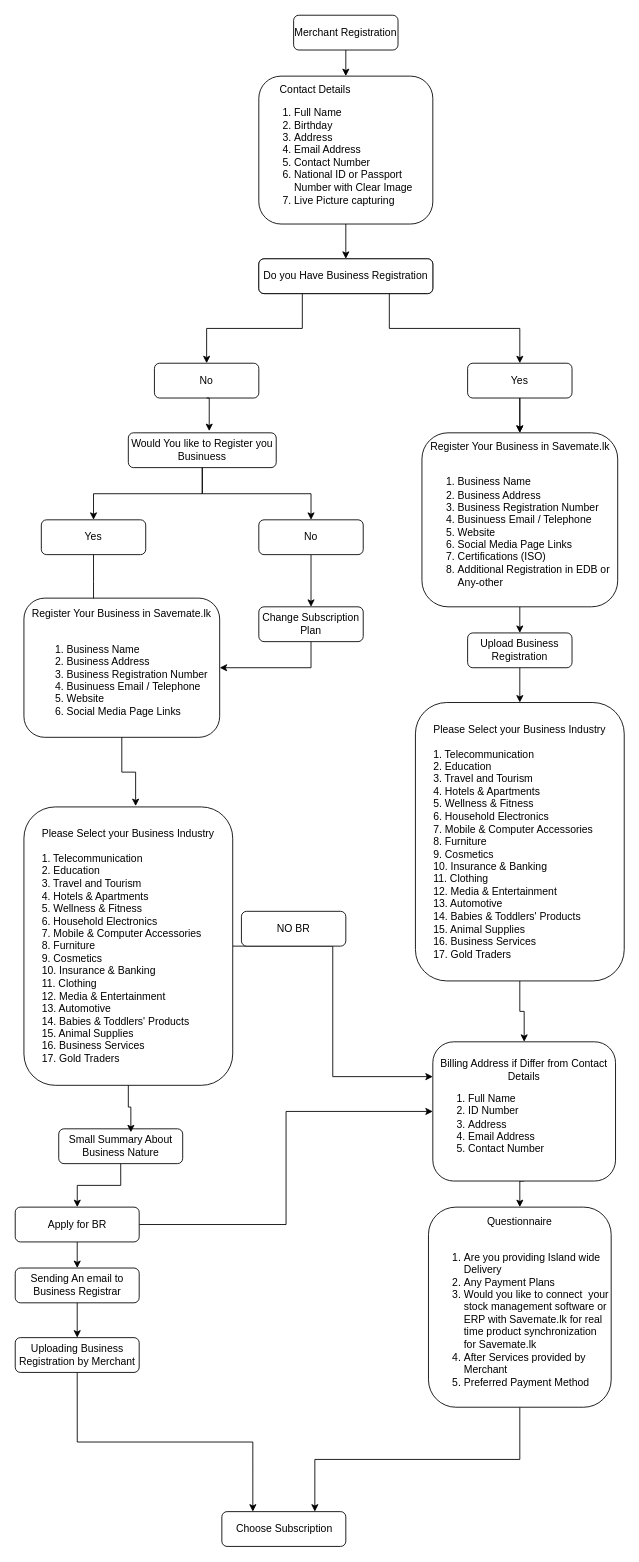
Before: Untitled Diagram.drawio in sachini9427/MKR, a draw.io diagram. Source tidied: cells renumbered, new cells numbered last; positions are measured from the earlier drawing's top-left corner, leaving out a move shared by most shapes. Both pictures are drawn from the tidied source at 87%, with x=0, y=0 at pixel (15, 15).
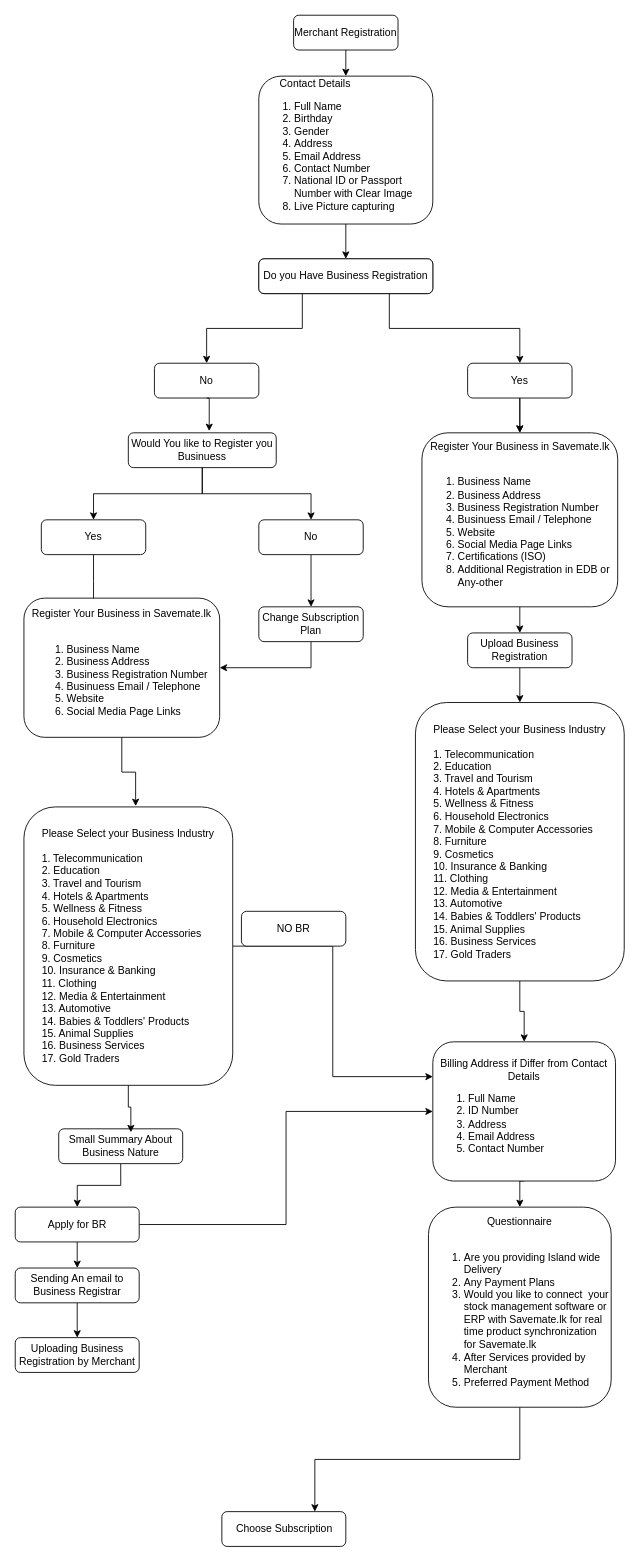
Above is the later version.

Unchanged cells that the change refers to:
```xml
<mxCell id="45" value="Uploading Business Registration by Merchant" style="rounded=1;whiteSpace=wrap;html=1;fontSize=12;glass=0;strokeWidth=1;shadow=0;" parent="1" vertex="1">
  <mxGeometry y="1520" width="142.5" height="40" as="geometry" />
</mxCell>
<mxCell id="49" value="Choose Subscription" style="rounded=1;whiteSpace=wrap;html=1;fontSize=12;glass=0;strokeWidth=1;shadow=0;" parent="1" vertex="1">
  <mxGeometry x="237.5" y="1720" width="142.5" height="40" as="geometry" />
</mxCell>
```

Change to the diagram source:
```diff
@@
-    <mxCell id="5" value="&lt;div align=&quot;left&quot;&gt;&amp;nbsp;&amp;nbsp;&amp;nbsp;&amp;nbsp;&amp;nbsp;&amp;nbsp; Contact Details&lt;br&gt;&lt;ol&gt;&lt;li&gt;Full Name&lt;/li&gt;&lt;li&gt;Birthday&lt;/li&gt;&lt;li&gt;Address&lt;br&gt;&lt;/li&gt;&lt;li&gt;Email Address&lt;/li&gt;&lt;li&gt;Contact Number&lt;/li&gt;&lt;li&gt;National ID or Passport Number with Clear Image&lt;br&gt;&lt;/li&gt;&lt;li&gt;Live Picture capturing&lt;br&gt;&lt;/li&gt;&lt;/ol&gt;&lt;/div&gt;" style="rounded=1;whiteSpace=wrap;html=1;fontSize=12;glass=0;strokeWidth=1;shadow=0;" parent="1" vertex="1">
+    <mxCell id="5" value="&lt;div align=&quot;left&quot;&gt;&amp;nbsp;&amp;nbsp;&amp;nbsp;&amp;nbsp;&amp;nbsp;&amp;nbsp; Contact Details&lt;br&gt;&lt;ol&gt;&lt;li&gt;Full Name&lt;/li&gt;&lt;li&gt;Birthday&lt;/li&gt;&lt;li&gt;Gender&lt;br&gt;&lt;/li&gt;&lt;li&gt;Address&lt;br&gt;&lt;/li&gt;&lt;li&gt;Email Address&lt;/li&gt;&lt;li&gt;Contact Number&lt;/li&gt;&lt;li&gt;National ID or Passport Number with Clear Image&lt;br&gt;&lt;/li&gt;&lt;li&gt;Live Picture capturing&lt;br&gt;&lt;/li&gt;&lt;/ol&gt;&lt;/div&gt;" style="rounded=1;whiteSpace=wrap;html=1;fontSize=12;glass=0;strokeWidth=1;shadow=0;" parent="1" vertex="1">
       <mxGeometry x="280" y="70" width="200" height="170" as="geometry" />
     </mxCell>
@@
-    <mxCell id="44" style="edgeStyle=orthogonalEdgeStyle;rounded=0;jettySize=auto;html=1;exitX=0.5;exitY=1;exitDx=0;exitDy=0;entryX=0.25;entryY=0;entryDx=0;entryDy=0;" parent="1" edge="1" source="45" target="49">
-      <mxGeometry relative="1" as="geometry" />
-    </mxCell>
```
